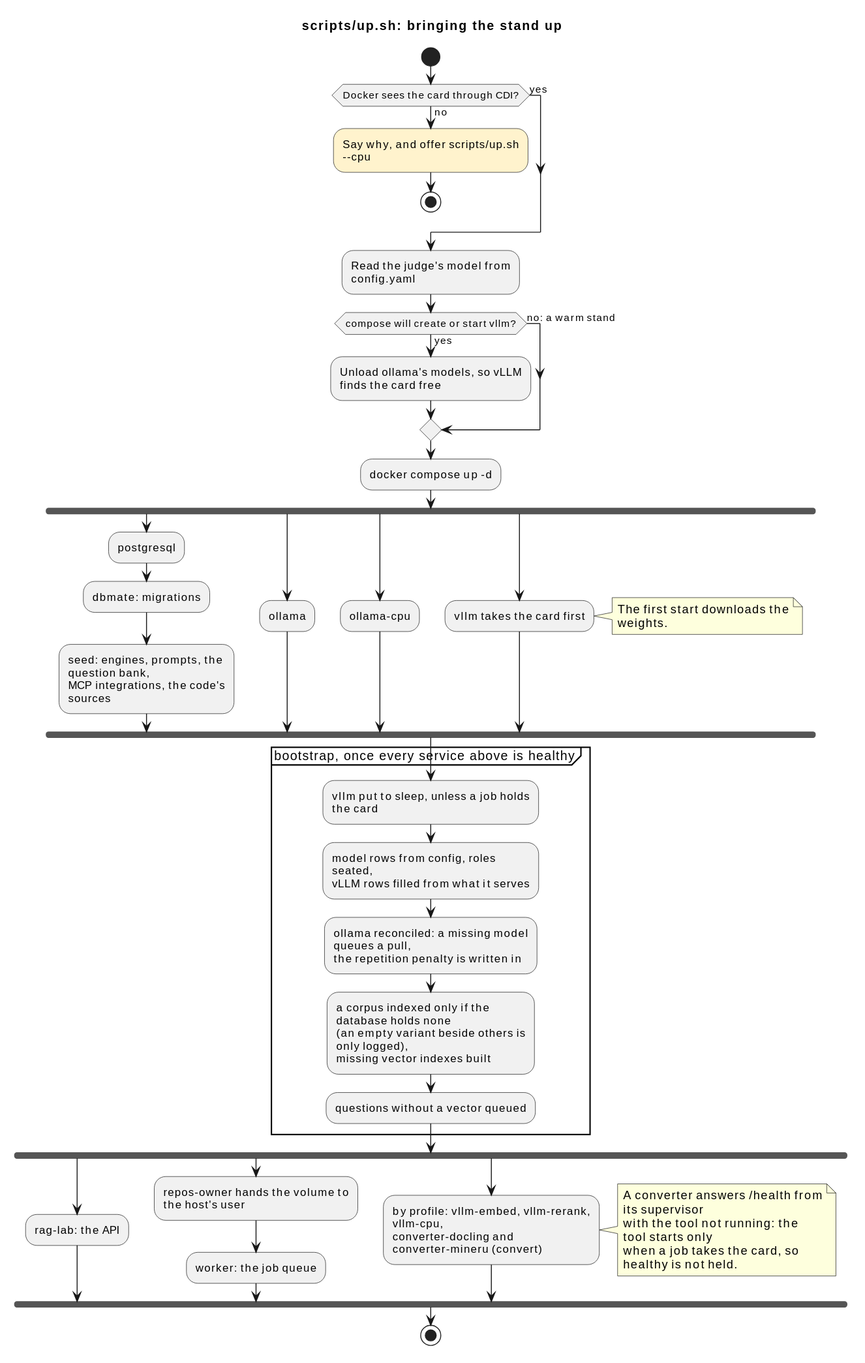
Before: docs/diagrams/stand_up.svg, a diagram exported from PlantUML (rikitikitav1/rag-lab).
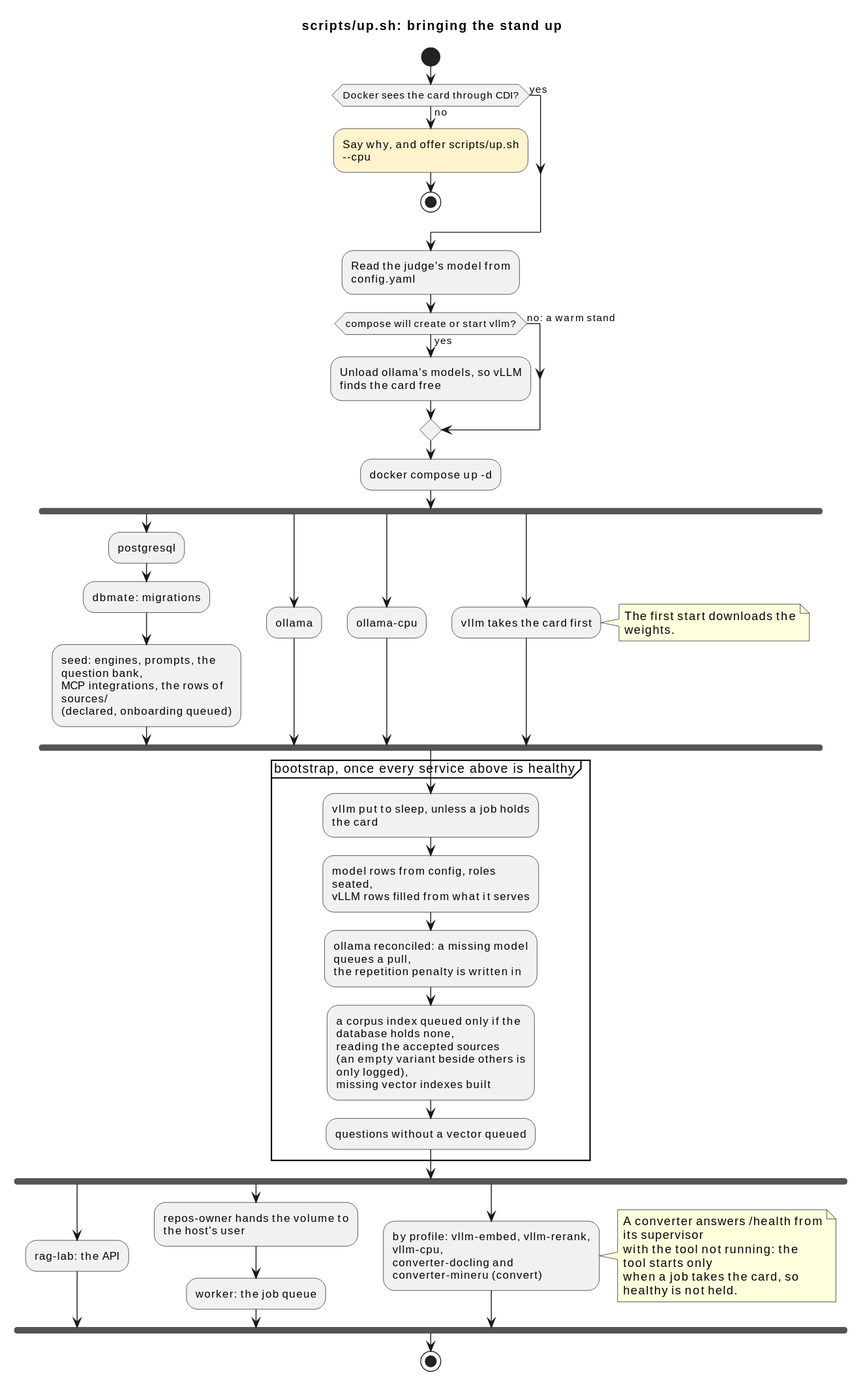
The same diagram one commit later.

What changed in the source:
```diff
@@ -21,7 +21,8 @@
   :postgresql;
   :dbmate: migrations;
   :seed: engines, prompts, the question bank,
-MCP integrations, the code's sources;
+MCP integrations, the rows of sources/
+(declared, onboarding queued);
 fork again
   :ollama;
 fork again
@@ -39,7 +40,8 @@
   vLLM rows filled from what it serves;
   :ollama reconciled: a missing model queues a pull,
   the repetition penalty is written in;
-  :a corpus indexed only if the database holds none
+  :a corpus index queued only if the database holds none,
+  reading the accepted sources
   (an empty variant beside others is only logged),
   missing vector indexes built;
   :questions without a vector queued;
```
